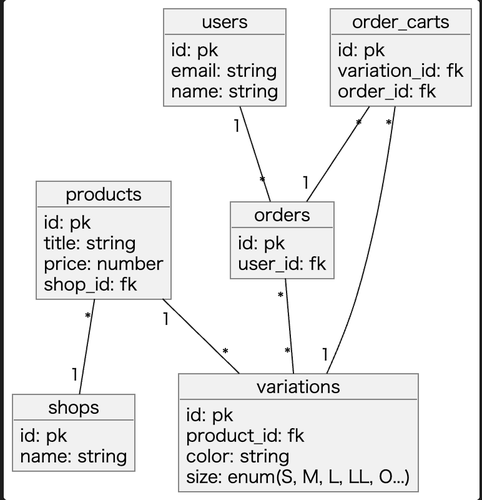
This is docs/db_design.png from YuuseiMatsunaga/sixtypercent_test, a PlantUML export, as it was before one commit. Its source is kept beside it as docs/db_design.pu.
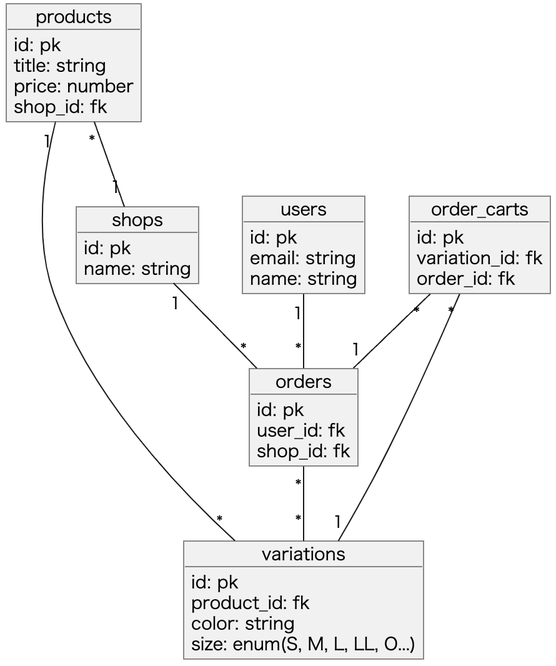
The same diagram one commit later.

The edit, as a diff of the source:
```diff
@@ -9,6 +9,7 @@
 object orders {
     id: pk
     user_id: fk
+    shop_id: fk
 }
 
 object order_carts {
@@ -41,4 +42,5 @@
 order_carts "*" -- "1" variations
 products "1" -- "*" variations
 orders "*" -- "*" variations
+shops "1" -- "*" orders
 @enduml
```
